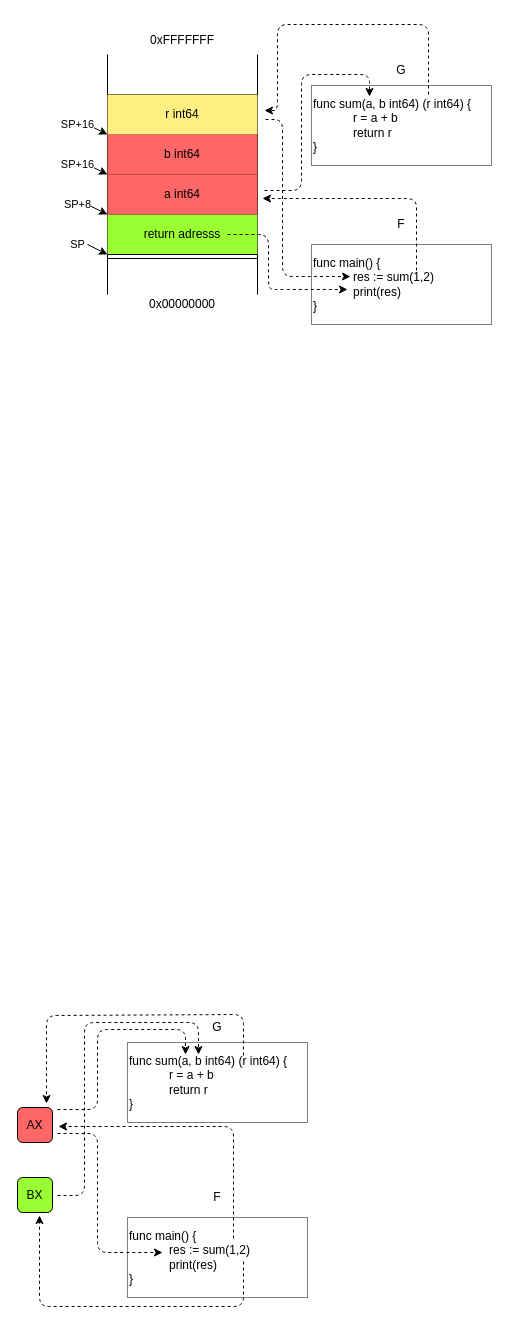
Before: Untitled Diagram.drawio in godzie44/drawio-dump, a draw.io diagram. Source tidied: cells renumbered, new cells numbered last; positions are measured from the earlier drawing's top-left corner, leaving out a move shared by most shapes. Both pictures are drawn from the tidied source at 100%, with x=0, y=0 at pixel (17, 24).
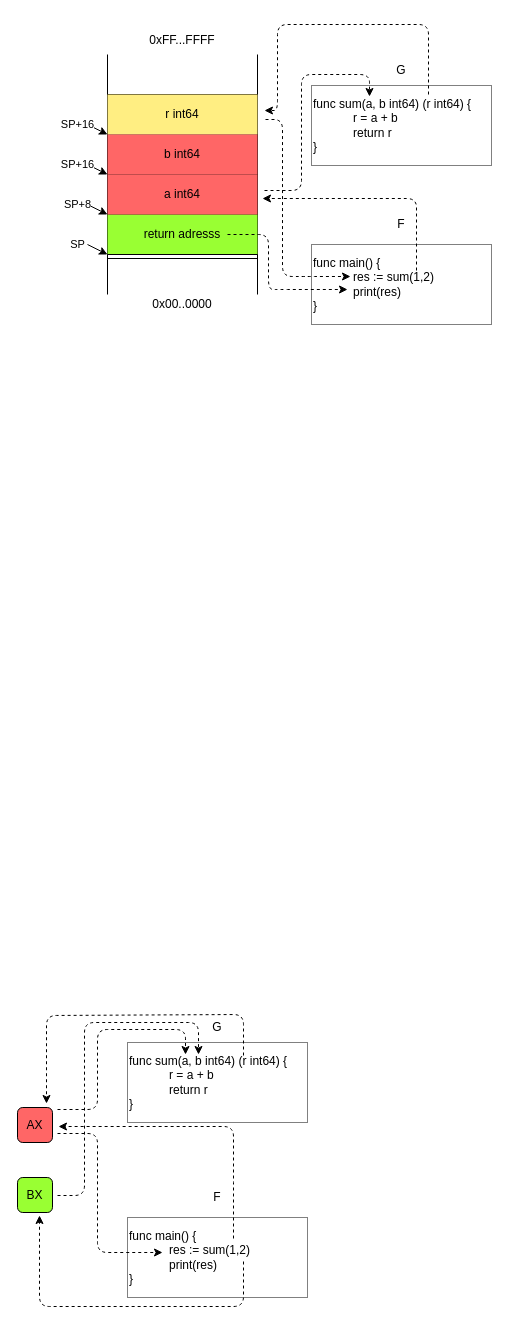
The same page after the edit.

Commit message:
upda max min addr

The edit, as a diff of the source:
```diff
@@
-    <mxCell id="21" value="0xFFFFFFF" style="text;html=1;strokeColor=none;fillColor=none;align=center;verticalAlign=middle;whiteSpace=wrap;rounded=0;" parent="1" vertex="1">
+    <mxCell id="21" value="0xFF...FFFF" style="text;html=1;strokeColor=none;fillColor=none;align=center;verticalAlign=middle;whiteSpace=wrap;rounded=0;" parent="1" vertex="1">
       <mxGeometry x="90" y="6" width="150" height="20" as="geometry" />
     </mxCell>
-    <mxCell id="22" value="0x00000000" style="text;html=1;strokeColor=none;fillColor=none;align=center;verticalAlign=middle;whiteSpace=wrap;rounded=0;" parent="1" vertex="1">
+    <mxCell id="22" value="0x00..0000" style="text;html=1;strokeColor=none;fillColor=none;align=center;verticalAlign=middle;whiteSpace=wrap;rounded=0;" parent="1" vertex="1">
       <mxGeometry x="90" y="270" width="150" height="20" as="geometry" />
     </mxCell>
```
